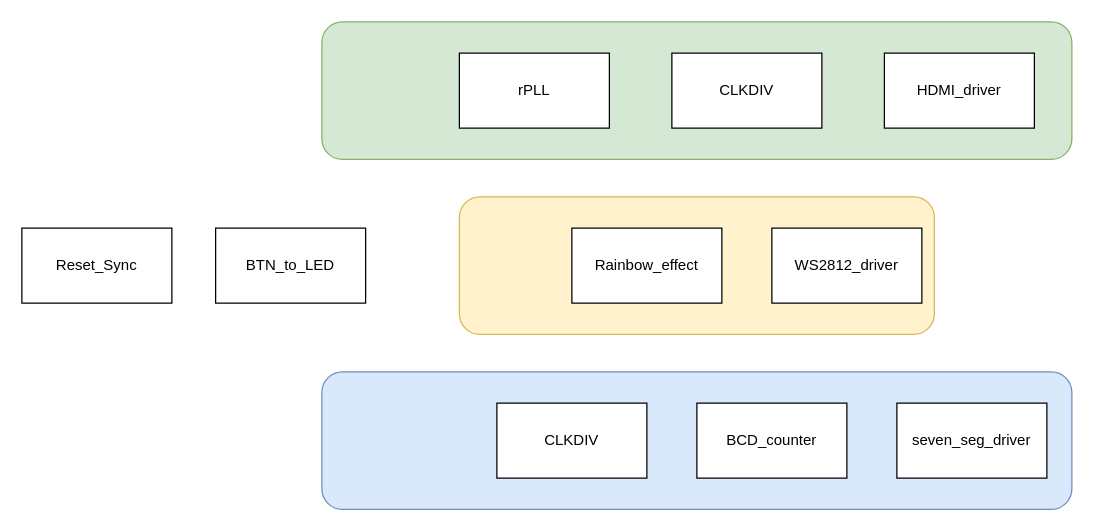
The draw.io diagram 板级测试工程框图.drawio in zeandon/draw.io, before the edit. Source tidied: cells renumbered, new cells numbered last; positions are measured from the earlier drawing's top-left corner, leaving out a move shared by most shapes. Both pictures are drawn from the tidied source at 125%, with x=0, y=0 at pixel (21, 21).
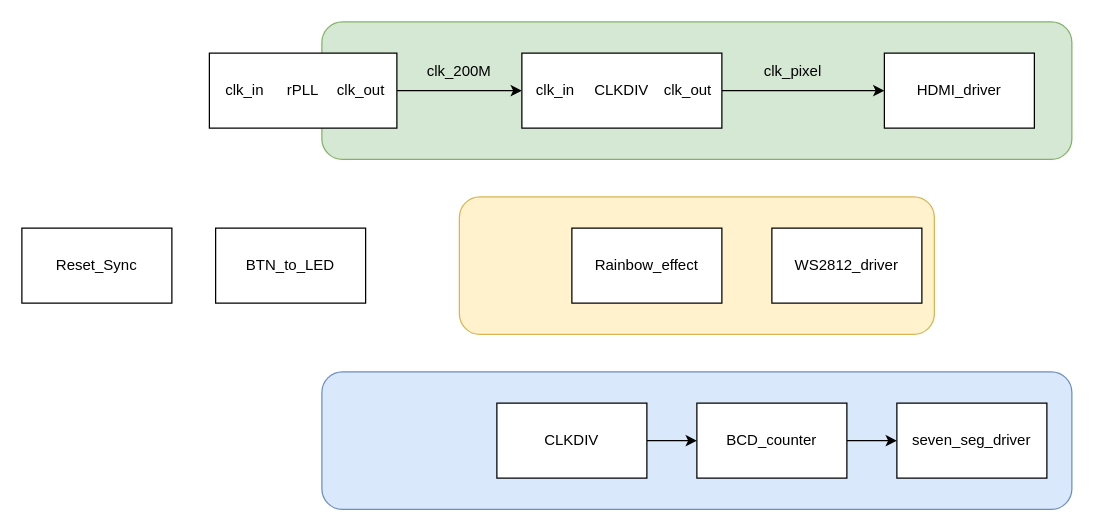
After the change.

Commit message (it also covers changes not shown here):
更新板级测试工程框图.drawio

The change refers to these unchanged cells:
```xml
<mxCell id="5" value="HDMI_driver" style="rounded=0;whiteSpace=wrap;html=1;" parent="1" vertex="1">
  <mxGeometry x="690" y="25" width="120" height="60" as="geometry" />
</mxCell>
<mxCell id="9" value="CLKDIV" style="rounded=0;whiteSpace=wrap;html=1;" parent="1" vertex="1">
  <mxGeometry x="380" y="305" width="120" height="60" as="geometry" />
</mxCell>
<mxCell id="10" value="BCD_counter" style="rounded=0;whiteSpace=wrap;html=1;" parent="1" vertex="1">
  <mxGeometry x="540" y="305" width="120" height="60" as="geometry" />
</mxCell>
<mxCell id="11" value="seven_seg_driver" style="rounded=0;whiteSpace=wrap;html=1;" parent="1" vertex="1">
  <mxGeometry x="700" y="305" width="120" height="60" as="geometry" />
</mxCell>
```

Change to the diagram source:
```diff
@@
-    <mxCell id="6" value="rPLL" style="rounded=0;whiteSpace=wrap;html=1;" parent="1" vertex="1">
-      <mxGeometry x="350" y="25" width="120" height="60" as="geometry" />
-    </mxCell>
-    <mxCell id="7" value="CLKDIV" style="rounded=0;whiteSpace=wrap;html=1;" parent="1" vertex="1">
-      <mxGeometry x="520" y="25" width="120" height="60" as="geometry" />
-    </mxCell>
+    <mxCell id="15" style="edgeStyle=orthogonalEdgeStyle;rounded=0;jettySize=auto;html=1;" parent="1" edge="1" source="6" target="7">
+      <mxGeometry relative="1" as="geometry" />
+    </mxCell>
+    <mxCell id="16" style="edgeStyle=orthogonalEdgeStyle;rounded=0;jettySize=auto;html=1;" parent="1" edge="1" source="7" target="5">
+      <mxGeometry relative="1" as="geometry" />
+    </mxCell>
@@
+    <mxCell id="17" style="edgeStyle=orthogonalEdgeStyle;rounded=0;jettySize=auto;html=1;" parent="1" edge="1" source="9" target="10">
+      <mxGeometry relative="1" as="geometry" />
+    </mxCell>
@@
+    <mxCell id="18" style="edgeStyle=orthogonalEdgeStyle;rounded=0;jettySize=auto;html=1;" parent="1" edge="1" source="10" target="11">
+      <mxGeometry relative="1" as="geometry" />
+    </mxCell>
@@
+    <mxCell id="19" style="group;" parent="1" vertex="1">
+      <mxGeometry x="150" y="25" width="150" height="60" as="geometry" />
+    </mxCell>
+    <mxCell id="6" value="rPLL" style="rounded=0;whiteSpace=wrap;html=1;" parent="19" vertex="1">
+      <mxGeometry width="150" height="60" as="geometry" />
+    </mxCell>
+    <mxCell id="20" value="clk_out" style="text;html=1;whiteSpace=wrap;strokeColor=none;fillColor=none;align=center;verticalAlign=middle;rounded=0;" parent="19" vertex="1">
+      <mxGeometry x="100" y="15" width="42.9" height="30" as="geometry" />
+    </mxCell>
+    <mxCell id="21" value="clk_in" style="text;html=1;whiteSpace=wrap;strokeColor=none;fillColor=none;align=center;verticalAlign=middle;rounded=0;" parent="19" vertex="1">
+      <mxGeometry x="7.1" y="15" width="42.9" height="30" as="geometry" />
+    </mxCell>
+    <mxCell id="22" style="group;" parent="1" vertex="1">
+      <mxGeometry x="400" y="25" width="160" height="60" as="geometry" />
+    </mxCell>
+    <mxCell id="7" value="CLKDIV" style="rounded=0;whiteSpace=wrap;html=1;" parent="22" vertex="1">
+      <mxGeometry width="160" height="60" as="geometry" />
+    </mxCell>
+    <mxCell id="23" value="clk_in" style="text;html=1;whiteSpace=wrap;strokeColor=none;fillColor=none;align=center;verticalAlign=middle;rounded=0;" parent="22" vertex="1">
+      <mxGeometry x="6.7" y="15" width="40" height="30" as="geometry" />
+    </mxCell>
+    <mxCell id="24" value="clk_out" style="text;html=1;whiteSpace=wrap;strokeColor=none;fillColor=none;align=center;verticalAlign=middle;rounded=0;" parent="22" vertex="1">
+      <mxGeometry x="113.3" y="15" width="40" height="30" as="geometry" />
+    </mxCell>
+    <mxCell id="25" value="clk_200M" style="text;html=1;whiteSpace=wrap;strokeColor=none;fillColor=none;align=center;verticalAlign=middle;rounded=0;" parent="1" vertex="1">
+      <mxGeometry x="320" y="25" width="60" height="30" as="geometry" />
+    </mxCell>
+    <mxCell id="26" value="clk_pixel" style="text;html=1;whiteSpace=wrap;strokeColor=none;fillColor=none;align=center;verticalAlign=middle;rounded=0;" parent="1" vertex="1">
+      <mxGeometry x="587" y="25" width="60" height="30" as="geometry" />
+    </mxCell>
```
